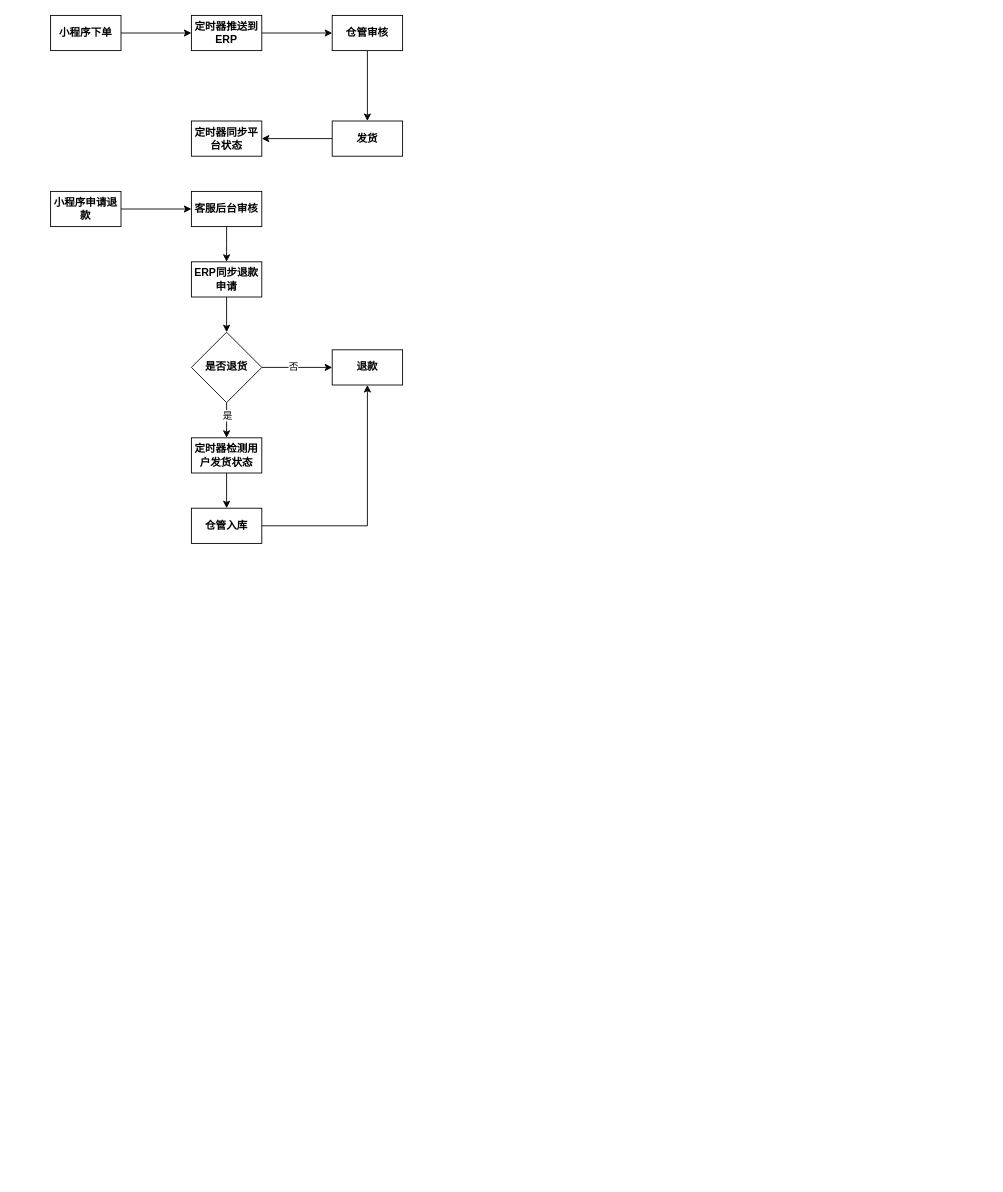
yiuked/diagram keeps this draw.io diagram as erpsync.drawio. Above is the earlier version. Source tidied: cells renumbered, new cells numbered last; positions are measured from the earlier drawing's top-left corner, leaving out a move shared by most shapes. Both pictures are drawn from the tidied source at 88%, with x=0, y=0 at pixel (50, 15).
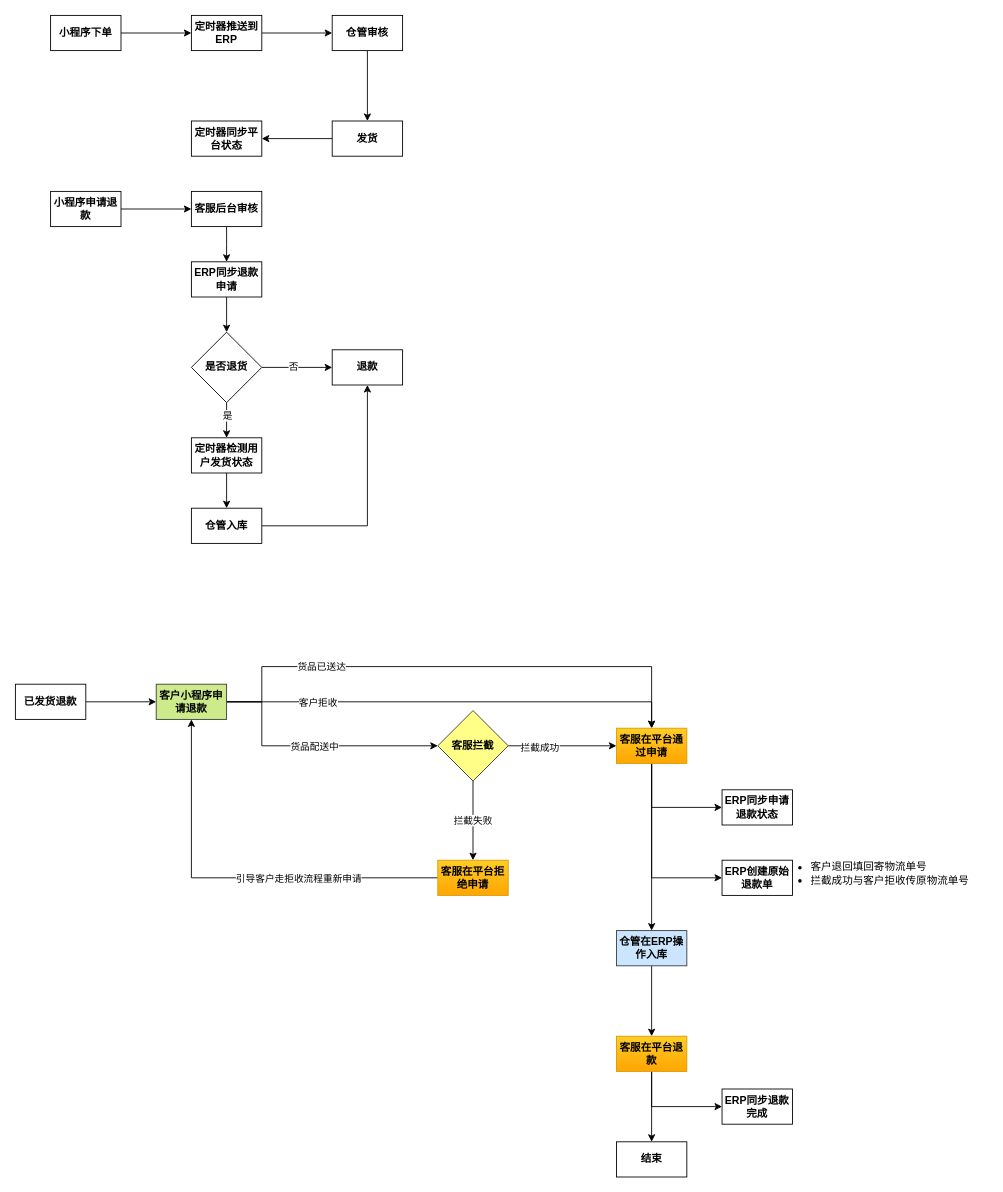
The same diagram, later.

The edit, as a diff of the source:
```diff
@@
+    <mxCell id="27" style="edgeStyle=orthogonalEdgeStyle;rounded=0;jettySize=auto;html=1;exitX=1;exitY=0.5;exitDx=0;exitDy=0;" parent="1" edge="1" source="28" target="35">
+      <mxGeometry relative="1" as="geometry" />
+    </mxCell>
+    <mxCell id="28" value="&lt;b&gt;已发货退款&lt;/b&gt;" style="rounded=0;whiteSpace=wrap;html=1;" parent="1" vertex="1">
+      <mxGeometry x="-40" y="760" width="80" height="40" as="geometry" />
+    </mxCell>
+    <mxCell id="29" style="edgeStyle=orthogonalEdgeStyle;rounded=0;jettySize=auto;html=1;exitX=1;exitY=0.5;exitDx=0;exitDy=0;entryX=0.5;entryY=0;entryDx=0;entryDy=0;" parent="1" edge="1" source="35" target="39">
+      <mxGeometry relative="1" as="geometry">
+        <Array as="points">
+          <mxPoint x="240" y="780" />
+          <mxPoint x="240" y="740" />
+          <mxPoint x="683" y="740" />
+        </Array>
+      </mxGeometry>
+    </mxCell>
+    <mxCell id="30" value="货品已送达" style="edgeLabel;html=1;align=center;verticalAlign=middle;" parent="29" vertex="1">
+      <mxGeometry x="-0.12" y="3" relative="1" as="geometry">
+        <mxPoint x="-114" y="2" as="offset" />
+      </mxGeometry>
+    </mxCell>
+    <mxCell id="31" style="edgeStyle=orthogonalEdgeStyle;rounded=0;jettySize=auto;html=1;exitX=1;exitY=0.5;exitDx=0;exitDy=0;entryX=0;entryY=0.5;entryDx=0;entryDy=0;" parent="1" edge="1" source="35" target="44">
+      <mxGeometry relative="1" as="geometry">
+        <Array as="points">
+          <mxPoint x="240" y="780" />
+          <mxPoint x="240" y="830" />
+        </Array>
+      </mxGeometry>
+    </mxCell>
+    <mxCell id="32" value="货品配送中" style="edgeLabel;html=1;align=center;verticalAlign=middle;" parent="31" vertex="1">
+      <mxGeometry x="0.04" y="4" relative="1" as="geometry">
+        <mxPoint x="-2" y="4" as="offset" />
+      </mxGeometry>
+    </mxCell>
+    <mxCell id="33" style="edgeStyle=orthogonalEdgeStyle;rounded=0;jettySize=auto;html=1;exitX=1;exitY=0.5;exitDx=0;exitDy=0;entryX=0.5;entryY=0;entryDx=0;entryDy=0;" parent="1" edge="1" source="35" target="39">
+      <mxGeometry relative="1" as="geometry" />
+    </mxCell>
+    <mxCell id="34" value="客户拒收" style="edgeLabel;html=1;align=center;verticalAlign=middle;" parent="33" vertex="1">
+      <mxGeometry x="-0.63" y="2" relative="1" as="geometry">
+        <mxPoint x="8" y="2" as="offset" />
+      </mxGeometry>
+    </mxCell>
+    <mxCell id="35" value="&lt;b&gt;客户小程序申请退款&lt;/b&gt;" style="rounded=0;whiteSpace=wrap;html=1;fillColor=#cdeb8b;strokeColor=#36393d;" parent="1" vertex="1">
+      <mxGeometry x="120" y="760" width="80" height="40" as="geometry" />
+    </mxCell>
+    <mxCell id="36" style="edgeStyle=orthogonalEdgeStyle;rounded=0;jettySize=auto;html=1;exitX=0.5;exitY=1;exitDx=0;exitDy=0;" parent="1" edge="1" source="39" target="47">
+      <mxGeometry relative="1" as="geometry" />
+    </mxCell>
+    <mxCell id="37" style="edgeStyle=orthogonalEdgeStyle;rounded=0;jettySize=auto;html=1;exitX=0.5;exitY=1;exitDx=0;exitDy=0;entryX=0;entryY=0.5;entryDx=0;entryDy=0;" parent="1" edge="1" source="39" target="45">
+      <mxGeometry relative="1" as="geometry" />
+    </mxCell>
+    <mxCell id="38" style="edgeStyle=orthogonalEdgeStyle;rounded=0;jettySize=auto;html=1;exitX=0.5;exitY=1;exitDx=0;exitDy=0;entryX=0;entryY=0.5;entryDx=0;entryDy=0;" parent="1" edge="1" source="39" target="48">
+      <mxGeometry relative="1" as="geometry" />
+    </mxCell>
+    <mxCell id="39" value="&lt;b&gt;客服在平台&lt;/b&gt;&lt;b&gt;通过申请&lt;/b&gt;" style="rounded=0;whiteSpace=wrap;html=1;fillColor=#ffcd28;gradientColor=#ffa500;strokeColor=#d79b00;" parent="1" vertex="1">
+      <mxGeometry x="643" y="810" width="80" height="40" as="geometry" />
+    </mxCell>
+    <mxCell id="40" style="edgeStyle=orthogonalEdgeStyle;rounded=0;jettySize=auto;html=1;exitX=1;exitY=0.5;exitDx=0;exitDy=0;entryX=0;entryY=0.5;entryDx=0;entryDy=0;" parent="1" edge="1" source="44" target="39">
+      <mxGeometry relative="1" as="geometry" />
+    </mxCell>
+    <mxCell id="41" value="拦截成功" style="edgeLabel;html=1;align=center;verticalAlign=middle;" parent="40" vertex="1">
+      <mxGeometry x="-0.43" y="-1" relative="1" as="geometry" />
+    </mxCell>
+    <mxCell id="42" style="edgeStyle=orthogonalEdgeStyle;rounded=0;jettySize=auto;html=1;exitX=0.5;exitY=1;exitDx=0;exitDy=0;entryX=0.5;entryY=0;entryDx=0;entryDy=0;" parent="1" edge="1" source="44" target="56">
+      <mxGeometry relative="1" as="geometry" />
+    </mxCell>
+    <mxCell id="43" value="拦截失败" style="edgeLabel;html=1;align=center;verticalAlign=middle;" parent="42" vertex="1">
+      <mxGeometry x="-0.02" y="-1" relative="1" as="geometry" />
+    </mxCell>
+    <mxCell id="44" value="&lt;b&gt;客服拦截&lt;/b&gt;" style="rhombus;whiteSpace=wrap;html=1;fillColor=#ffff88;strokeColor=#36393d;" parent="1" vertex="1">
+      <mxGeometry x="440" y="790" width="80" height="80" as="geometry" />
+    </mxCell>
+    <mxCell id="45" value="&lt;b&gt;ERP同步申请退款状态&lt;/b&gt;" style="rounded=0;whiteSpace=wrap;html=1;" parent="1" vertex="1">
+      <mxGeometry x="763" y="880" width="80" height="40" as="geometry" />
+    </mxCell>
+    <mxCell id="46" style="edgeStyle=orthogonalEdgeStyle;rounded=0;jettySize=auto;html=1;exitX=0.5;exitY=1;exitDx=0;exitDy=0;" parent="1" edge="1" source="47" target="51">
+      <mxGeometry relative="1" as="geometry" />
+    </mxCell>
+    <mxCell id="47" value="&lt;b&gt;仓管在ERP操作入库&lt;/b&gt;" style="rounded=0;whiteSpace=wrap;html=1;fillColor=#cce5ff;strokeColor=#36393d;" parent="1" vertex="1">
+      <mxGeometry x="643" y="1040" width="80" height="40" as="geometry" />
+    </mxCell>
+    <mxCell id="48" value="&lt;b&gt;ERP创建原始退款单&lt;/b&gt;" style="rounded=0;whiteSpace=wrap;html=1;" parent="1" vertex="1">
+      <mxGeometry x="763" y="960" width="80" height="40" as="geometry" />
+    </mxCell>
+    <mxCell id="49" style="edgeStyle=orthogonalEdgeStyle;rounded=0;jettySize=auto;html=1;exitX=0.5;exitY=1;exitDx=0;exitDy=0;" parent="1" edge="1" source="51" target="53">
+      <mxGeometry relative="1" as="geometry" />
+    </mxCell>
+    <mxCell id="50" style="edgeStyle=orthogonalEdgeStyle;rounded=0;jettySize=auto;html=1;exitX=0.5;exitY=1;exitDx=0;exitDy=0;entryX=0;entryY=0.5;entryDx=0;entryDy=0;" parent="1" edge="1" source="51" target="52">
+      <mxGeometry relative="1" as="geometry" />
+    </mxCell>
+    <mxCell id="51" value="&lt;b&gt;客服在平台&lt;/b&gt;&lt;b&gt;退款&lt;/b&gt;" style="rounded=0;whiteSpace=wrap;html=1;fillColor=#ffcd28;gradientColor=#ffa500;strokeColor=#d79b00;" parent="1" vertex="1">
+      <mxGeometry x="643" y="1160" width="80" height="40" as="geometry" />
+    </mxCell>
+    <mxCell id="52" value="&lt;b&gt;ERP同步退款完成&lt;/b&gt;" style="rounded=0;whiteSpace=wrap;html=1;" parent="1" vertex="1">
+      <mxGeometry x="763" y="1220" width="80" height="40" as="geometry" />
+    </mxCell>
+    <mxCell id="53" value="&lt;b&gt;结束&lt;/b&gt;" style="rounded=0;whiteSpace=wrap;html=1;" parent="1" vertex="1">
+      <mxGeometry x="643" y="1280" width="80" height="40" as="geometry" />
+    </mxCell>
+    <mxCell id="54" style="edgeStyle=orthogonalEdgeStyle;rounded=0;jettySize=auto;html=1;exitX=0;exitY=0.5;exitDx=0;exitDy=0;entryX=0.5;entryY=1;entryDx=0;entryDy=0;" parent="1" edge="1" source="56" target="35">
+      <mxGeometry relative="1" as="geometry" />
+    </mxCell>
+    <mxCell id="55" value="引导客户走拒收流程重新申请" style="edgeLabel;html=1;align=center;verticalAlign=middle;" parent="54" vertex="1">
+      <mxGeometry x="-0.31" relative="1" as="geometry" />
+    </mxCell>
+    <mxCell id="56" value="&lt;b&gt;客服在平台拒绝申请&lt;/b&gt;" style="rounded=0;whiteSpace=wrap;html=1;fillColor=#ffcd28;gradientColor=#ffa500;strokeColor=#d79b00;" parent="1" vertex="1">
+      <mxGeometry x="440" y="960" width="80" height="40" as="geometry" />
+    </mxCell>
+    <mxCell id="57" value="&lt;ul&gt;&lt;li&gt;客户退回填回寄物流单号&lt;/li&gt;&lt;li&gt;拦截成功与客户拒收传原物流单号&lt;/li&gt;&lt;/ul&gt;" style="text;strokeColor=none;fillColor=none;html=1;whiteSpace=wrap;verticalAlign=middle;overflow=hidden;" parent="1" vertex="1">
+      <mxGeometry x="822" y="935" width="243" height="80" as="geometry" />
+    </mxCell>
```
